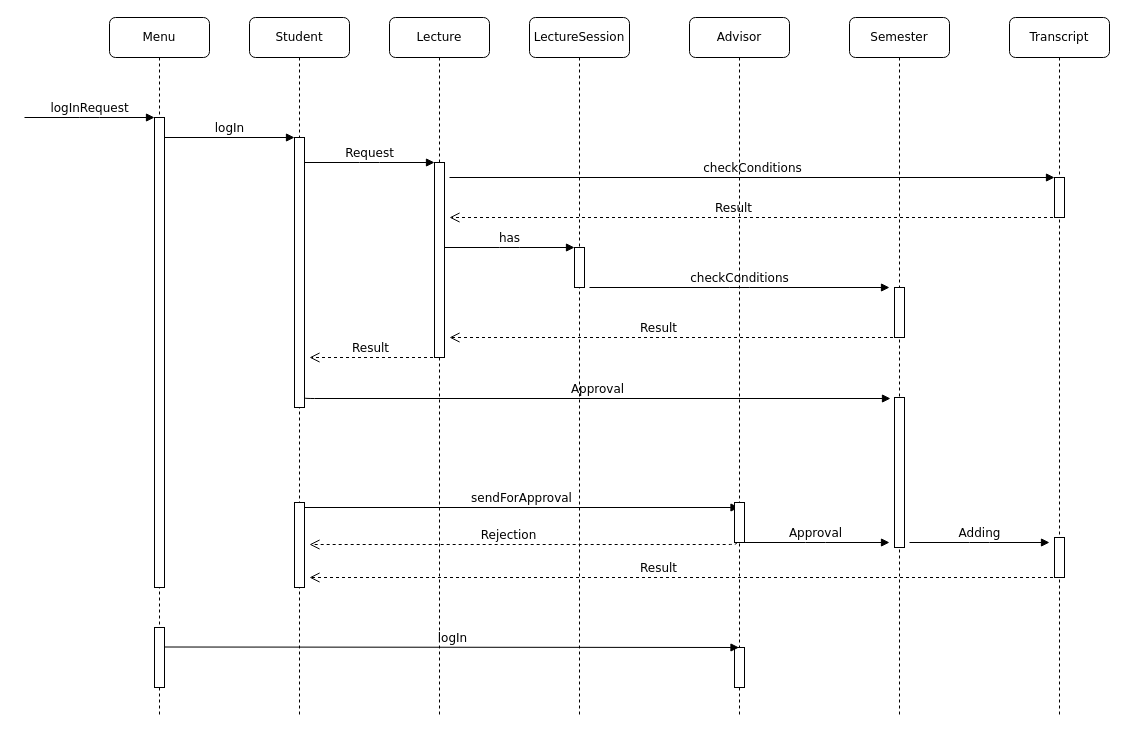
Before: Archive/DSD(not completed).drawio in gitsametcan/CSE3063F22P1_GRP1, a draw.io diagram. Source tidied: cells renumbered, new cells numbered last; positions are measured from the earlier drawing's top-left corner, leaving out a move shared by most shapes. Both pictures are drawn from the tidied source at 100%, with x=0, y=0 at pixel (24, 17).
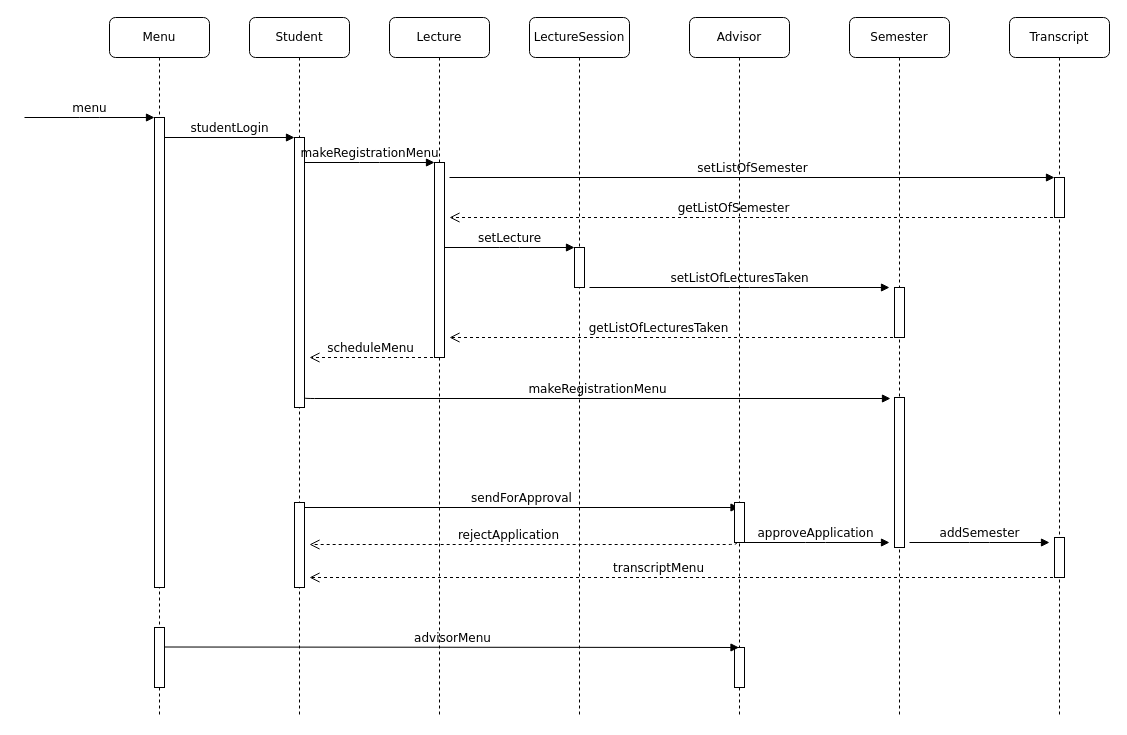
After the change.

Commit message:
Changed method names at DSD

The change refers to these unchanged cells:
```xml
<mxCell id="3" style="html=1;points=[];perimeter=orthogonalPerimeter;rounded=0;shadow=0;comic=0;labelBackgroundColor=none;strokeWidth=1;fontFamily=Verdana;fontSize=12;align=center;" parent="2" vertex="1">
  <mxGeometry x="45" y="120" width="10" height="270" as="geometry" />
</mxCell>
<mxCell id="6" value="Lecture" style="shape=umlLifeline;perimeter=lifelinePerimeter;whiteSpace=wrap;html=1;outlineConnect=0;rounded=1;shadow=0;comic=0;labelBackgroundColor=none;strokeWidth=1;fontFamily=Verdana;fontSize=12;align=center;" parent="1" vertex="1">
  <mxGeometry x="365" width="100" height="700" as="geometry" />
</mxCell>
<mxCell id="7" style="html=1;points=[];perimeter=orthogonalPerimeter;rounded=0;shadow=0;comic=0;labelBackgroundColor=none;strokeWidth=1;fontFamily=Verdana;fontSize=12;align=center;" parent="6" vertex="1">
  <mxGeometry x="45" y="145" width="10" height="195" as="geometry" />
</mxCell>
<mxCell id="9" value="Advisor" style="shape=umlLifeline;perimeter=lifelinePerimeter;whiteSpace=wrap;html=1;outlineConnect=0;rounded=1;shadow=0;comic=0;labelBackgroundColor=none;strokeWidth=1;fontFamily=Verdana;fontSize=12;align=center;" parent="1" vertex="1">
  <mxGeometry x="665" width="100" height="700" as="geometry" />
</mxCell>
<mxCell id="10" style="html=1;points=[];perimeter=orthogonalPerimeter;rounded=0;shadow=0;comic=0;labelBackgroundColor=none;strokeWidth=1;fontFamily=Verdana;fontSize=12;align=center;" parent="9" vertex="1">
  <mxGeometry x="45" y="485" width="10" height="40" as="geometry" />
</mxCell>
<mxCell id="13" value="Semester" style="shape=umlLifeline;perimeter=lifelinePerimeter;whiteSpace=wrap;html=1;outlineConnect=0;rounded=1;shadow=0;comic=0;labelBackgroundColor=none;strokeWidth=1;fontFamily=Verdana;fontSize=12;align=center;" parent="1" vertex="1">
  <mxGeometry x="825" width="100" height="700" as="geometry" />
</mxCell>
<mxCell id="16" style="html=1;points=[];perimeter=orthogonalPerimeter;rounded=0;shadow=0;comic=0;labelBackgroundColor=none;strokeWidth=1;fontFamily=Verdana;fontSize=12;align=center;" parent="13" vertex="1">
  <mxGeometry x="45" y="380" width="10" height="150" as="geometry" />
</mxCell>
<mxCell id="17" value="Menu" style="shape=umlLifeline;perimeter=lifelinePerimeter;whiteSpace=wrap;html=1;rounded=1;shadow=0;comic=0;labelBackgroundColor=none;strokeWidth=1;fontFamily=Verdana;fontSize=12;align=center;" parent="1" vertex="1">
  <mxGeometry x="85" width="100" height="700" as="geometry" />
</mxCell>
<mxCell id="18" style="html=1;points=[];perimeter=orthogonalPerimeter;rounded=0;shadow=0;comic=0;labelBackgroundColor=none;strokeWidth=1;fontFamily=Verdana;fontSize=12;align=center;" parent="17" vertex="1">
  <mxGeometry x="45" y="100" width="10" height="470" as="geometry" />
</mxCell>
<mxCell id="24" value="LectureSession" style="shape=umlLifeline;perimeter=lifelinePerimeter;whiteSpace=wrap;html=1;rounded=1;shadow=0;comic=0;labelBackgroundColor=none;strokeWidth=1;fontFamily=Verdana;fontSize=12;align=center;" parent="1" vertex="1">
  <mxGeometry x="505" width="100" height="700" as="geometry" />
</mxCell>
<mxCell id="27" value="Transcript" style="shape=umlLifeline;perimeter=lifelinePerimeter;whiteSpace=wrap;html=1;outlineConnect=0;rounded=1;shadow=0;comic=0;labelBackgroundColor=none;strokeWidth=1;fontFamily=Verdana;fontSize=12;align=center;" parent="1" vertex="1">
  <mxGeometry x="985" width="100" height="700" as="geometry" />
</mxCell>
```

Diff of the diagram source:
```diff
@@
-    <mxCell id="8" value="Approval" style="html=1;verticalAlign=bottom;endArrow=block;labelBackgroundColor=none;fontFamily=Verdana;fontSize=12;edgeStyle=elbowEdgeStyle;elbow=vertical;exitX=0.7;exitY=1;exitDx=0;exitDy=0;exitPerimeter=0;entryX=-0.4;entryY=0.013;entryDx=0;entryDy=0;entryPerimeter=0;" parent="6" edge="1" target="16">
+    <mxCell id="8" value="makeRegistrationMenu" style="html=1;verticalAlign=bottom;endArrow=block;labelBackgroundColor=none;fontFamily=Verdana;fontSize=12;edgeStyle=elbowEdgeStyle;elbow=vertical;exitX=0.7;exitY=1;exitDx=0;exitDy=0;exitPerimeter=0;entryX=-0.4;entryY=0.013;entryDx=0;entryDy=0;entryPerimeter=0;" parent="6" edge="1" target="16">
       <mxGeometry relative="1" as="geometry">
         <mxPoint x="-85" y="380" as="sourcePoint" />
       </mxGeometry>
     </mxCell>
@@
-    <mxCell id="11" value="Rejection" style="html=1;verticalAlign=bottom;endArrow=open;dashed=1;endSize=8;labelBackgroundColor=none;fontFamily=Verdana;fontSize=12;edgeStyle=elbowEdgeStyle;elbow=vertical;exitX=0.2;exitY=0.943;exitDx=0;exitDy=0;exitPerimeter=0;" parent="9" edge="1">
+    <mxCell id="11" value="rejectApplication" style="html=1;verticalAlign=bottom;endArrow=open;dashed=1;endSize=8;labelBackgroundColor=none;fontFamily=Verdana;fontSize=12;edgeStyle=elbowEdgeStyle;elbow=vertical;exitX=0.2;exitY=0.943;exitDx=0;exitDy=0;exitPerimeter=0;" parent="9" edge="1">
       <mxGeometry x="0.07" relative="1" as="geometry">
         <mxPoint x="47" y="525" as="sourcePoint" />
         <mxPoint x="-380" y="527" as="targetPoint" />
         <Array as="points">
           <mxPoint x="30" y="527" />
           <mxPoint x="160" y="557" />
           <mxPoint x="160" y="580" />
           <mxPoint x="160" y="580" />
         </Array>
       </mxGeometry>
     </mxCell>
@@
-    <mxCell id="14" value="Approval" style="html=1;verticalAlign=bottom;endArrow=block;labelBackgroundColor=none;fontFamily=Verdana;fontSize=12;edgeStyle=elbowEdgeStyle;elbow=vertical;exitX=0.7;exitY=1;exitDx=0;exitDy=0;exitPerimeter=0;" parent="13" edge="1" source="10">
+    <mxCell id="14" value="approveApplication" style="html=1;verticalAlign=bottom;endArrow=block;labelBackgroundColor=none;fontFamily=Verdana;fontSize=12;edgeStyle=elbowEdgeStyle;elbow=vertical;exitX=0.7;exitY=1;exitDx=0;exitDy=0;exitPerimeter=0;" parent="13" edge="1" source="10">
       <mxGeometry relative="1" as="geometry">
         <mxPoint x="40" y="525" as="targetPoint" />
       </mxGeometry>
     </mxCell>
@@
-    <mxCell id="19" value="logInRequest" style="html=1;verticalAlign=bottom;endArrow=block;entryX=0;entryY=0;labelBackgroundColor=none;fontFamily=Verdana;fontSize=12;edgeStyle=elbowEdgeStyle;elbow=vertical;" parent="17" edge="1">
+    <mxCell id="19" value="menu" style="html=1;verticalAlign=bottom;endArrow=block;entryX=0;entryY=0;labelBackgroundColor=none;fontFamily=Verdana;fontSize=12;edgeStyle=elbowEdgeStyle;elbow=vertical;" parent="17" edge="1">
       <mxGeometry relative="1" as="geometry">
         <mxPoint x="-85" y="100" as="sourcePoint" />
         <mxPoint x="45" y="100" as="targetPoint" />
       </mxGeometry>
     </mxCell>
@@
-    <mxCell id="21" value="logIn" style="html=1;verticalAlign=bottom;endArrow=block;labelBackgroundColor=none;fontFamily=Verdana;fontSize=12;edgeStyle=elbowEdgeStyle;elbow=vertical;" parent="17" edge="1" target="9">
+    <mxCell id="21" value="advisorMenu" style="html=1;verticalAlign=bottom;endArrow=block;labelBackgroundColor=none;fontFamily=Verdana;fontSize=12;edgeStyle=elbowEdgeStyle;elbow=vertical;" parent="17" edge="1" target="9">
       <mxGeometry relative="1" as="geometry">
         <mxPoint x="55" y="629.5" as="sourcePoint" />
       </mxGeometry>
     </mxCell>
-    <mxCell id="22" value="logIn" style="html=1;verticalAlign=bottom;endArrow=block;entryX=0;entryY=0;labelBackgroundColor=none;fontFamily=Verdana;fontSize=12;edgeStyle=elbowEdgeStyle;elbow=vertical;" parent="1" edge="1" source="18" target="3">
+    <mxCell id="22" value="studentLogin" style="html=1;verticalAlign=bottom;endArrow=block;entryX=0;entryY=0;labelBackgroundColor=none;fontFamily=Verdana;fontSize=12;edgeStyle=elbowEdgeStyle;elbow=vertical;" parent="1" edge="1" source="18" target="3">
       <mxGeometry relative="1" as="geometry" />
     </mxCell>
-    <mxCell id="23" value="Request" style="html=1;verticalAlign=bottom;endArrow=block;entryX=0;entryY=0;labelBackgroundColor=none;fontFamily=Verdana;fontSize=12;edgeStyle=elbowEdgeStyle;elbow=vertical;" parent="1" edge="1" source="3" target="7">
+    <mxCell id="23" value="makeRegistrationMenu" style="html=1;verticalAlign=bottom;endArrow=block;entryX=0;entryY=0;labelBackgroundColor=none;fontFamily=Verdana;fontSize=12;edgeStyle=elbowEdgeStyle;elbow=vertical;" parent="1" edge="1" source="3" target="7">
       <mxGeometry relative="1" as="geometry" />
     </mxCell>
@@
-    <mxCell id="26" value="has" style="html=1;verticalAlign=bottom;endArrow=block;entryX=0;entryY=0;labelBackgroundColor=none;fontFamily=Verdana;fontSize=12;edgeStyle=elbowEdgeStyle;elbow=vertical;" parent="24" edge="1">
+    <mxCell id="26" value="setLecture" style="html=1;verticalAlign=bottom;endArrow=block;entryX=0;entryY=0;labelBackgroundColor=none;fontFamily=Verdana;fontSize=12;edgeStyle=elbowEdgeStyle;elbow=vertical;" parent="24" edge="1">
       <mxGeometry relative="1" as="geometry">
         <mxPoint x="-85" y="230" as="sourcePoint" />
         <mxPoint x="45" y="230" as="targetPoint" />
       </mxGeometry>
     </mxCell>
@@
-    <mxCell id="29" value="Adding" style="html=1;verticalAlign=bottom;endArrow=block;labelBackgroundColor=none;fontFamily=Verdana;fontSize=12;edgeStyle=elbowEdgeStyle;elbow=vertical;" parent="27" edge="1">
+    <mxCell id="29" value="addSemester" style="html=1;verticalAlign=bottom;endArrow=block;labelBackgroundColor=none;fontFamily=Verdana;fontSize=12;edgeStyle=elbowEdgeStyle;elbow=vertical;" parent="27" edge="1">
       <mxGeometry relative="1" as="geometry">
         <mxPoint x="-100" y="525" as="sourcePoint" />
         <mxPoint x="40" y="525" as="targetPoint" />
       </mxGeometry>
     </mxCell>
@@
-    <mxCell id="31" value="checkConditions" style="html=1;verticalAlign=bottom;endArrow=block;entryX=0;entryY=0;labelBackgroundColor=none;fontFamily=Verdana;fontSize=12;edgeStyle=elbowEdgeStyle;elbow=vertical;" parent="27" edge="1">
+    <mxCell id="31" value="setListOfSemester" style="html=1;verticalAlign=bottom;endArrow=block;entryX=0;entryY=0;labelBackgroundColor=none;fontFamily=Verdana;fontSize=12;edgeStyle=elbowEdgeStyle;elbow=vertical;" parent="27" edge="1">
       <mxGeometry relative="1" as="geometry">
         <mxPoint x="-560" y="160" as="sourcePoint" />
         <mxPoint x="45" y="160" as="targetPoint" />
       </mxGeometry>
     </mxCell>
-    <mxCell id="32" value="Result" style="html=1;verticalAlign=bottom;endArrow=open;dashed=1;endSize=8;labelBackgroundColor=none;fontFamily=Verdana;fontSize=12;edgeStyle=elbowEdgeStyle;elbow=vertical;" parent="1" edge="1" source="27">
+    <mxCell id="32" value="getListOfSemester" style="html=1;verticalAlign=bottom;endArrow=open;dashed=1;endSize=8;labelBackgroundColor=none;fontFamily=Verdana;fontSize=12;edgeStyle=elbowEdgeStyle;elbow=vertical;" parent="1" edge="1" source="27">
       <mxGeometry x="0.07" relative="1" as="geometry">
         <mxPoint x="425" y="200" as="targetPoint" />
         <Array as="points">
           <mxPoint x="795" y="200" />
           <mxPoint x="985" y="192" />
           <mxPoint x="1115" y="222" />
           <mxPoint x="1115" y="245" />
           <mxPoint x="1115" y="245" />
         </Array>
       </mxGeometry>
     </mxCell>
-    <mxCell id="33" value="checkConditions" style="html=1;verticalAlign=bottom;endArrow=block;labelBackgroundColor=none;fontFamily=Verdana;fontSize=12;edgeStyle=elbowEdgeStyle;elbow=vertical;" parent="1" edge="1">
+    <mxCell id="33" value="setListOfLecturesTaken" style="html=1;verticalAlign=bottom;endArrow=block;labelBackgroundColor=none;fontFamily=Verdana;fontSize=12;edgeStyle=elbowEdgeStyle;elbow=vertical;" parent="1" edge="1">
       <mxGeometry relative="1" as="geometry">
         <mxPoint x="565" y="270" as="sourcePoint" />
         <mxPoint x="865" y="270" as="targetPoint" />
       </mxGeometry>
     </mxCell>
-    <mxCell id="34" value="Result" style="html=1;verticalAlign=bottom;endArrow=open;dashed=1;endSize=8;labelBackgroundColor=none;fontFamily=Verdana;fontSize=12;edgeStyle=elbowEdgeStyle;elbow=vertical;" parent="1" edge="1" source="13">
+    <mxCell id="34" value="getListOfLecturesTaken" style="html=1;verticalAlign=bottom;endArrow=open;dashed=1;endSize=8;labelBackgroundColor=none;fontFamily=Verdana;fontSize=12;edgeStyle=elbowEdgeStyle;elbow=vertical;" parent="1" edge="1" source="13">
       <mxGeometry x="0.07" relative="1" as="geometry">
         <mxPoint x="425" y="320.5" as="targetPoint" />
         <Array as="points">
           <mxPoint x="655" y="320" />
           <mxPoint x="845" y="312" />
           <mxPoint x="975" y="342" />
           <mxPoint x="975" y="365" />
           <mxPoint x="975" y="365" />
         </Array>
       </mxGeometry>
     </mxCell>
-    <mxCell id="35" value="Result" style="html=1;verticalAlign=bottom;endArrow=open;dashed=1;endSize=8;labelBackgroundColor=none;fontFamily=Verdana;fontSize=12;edgeStyle=elbowEdgeStyle;elbow=vertical;" parent="1" edge="1" source="6">
+    <mxCell id="35" value="scheduleMenu" style="html=1;verticalAlign=bottom;endArrow=open;dashed=1;endSize=8;labelBackgroundColor=none;fontFamily=Verdana;fontSize=12;edgeStyle=elbowEdgeStyle;elbow=vertical;" parent="1" edge="1" source="6">
       <mxGeometry x="0.07" relative="1" as="geometry">
         <mxPoint x="285" y="340" as="targetPoint" />
         <Array as="points">
           <mxPoint x="335" y="340" />
           <mxPoint x="525" y="332" />
           <mxPoint x="655" y="362" />
           <mxPoint x="655" y="385" />
           <mxPoint x="655" y="385" />
         </Array>
       </mxGeometry>
     </mxCell>
-    <mxCell id="36" value="Result" style="html=1;verticalAlign=bottom;endArrow=open;dashed=1;endSize=8;labelBackgroundColor=none;fontFamily=Verdana;fontSize=12;edgeStyle=elbowEdgeStyle;elbow=vertical;" parent="1" edge="1">
+    <mxCell id="36" value="transcriptMenu" style="html=1;verticalAlign=bottom;endArrow=open;dashed=1;endSize=8;labelBackgroundColor=none;fontFamily=Verdana;fontSize=12;edgeStyle=elbowEdgeStyle;elbow=vertical;" parent="1" edge="1">
       <mxGeometry x="0.07" relative="1" as="geometry">
         <mxPoint x="1034.5" y="560" as="sourcePoint" />
         <mxPoint x="285" y="560" as="targetPoint" />
         <Array as="points">
           <mxPoint x="795" y="560" />
           <mxPoint x="985" y="552" />
           <mxPoint x="1115" y="582" />
           <mxPoint x="1115" y="605" />
           <mxPoint x="1115" y="605" />
         </Array>
       </mxGeometry>
     </mxCell>
```
